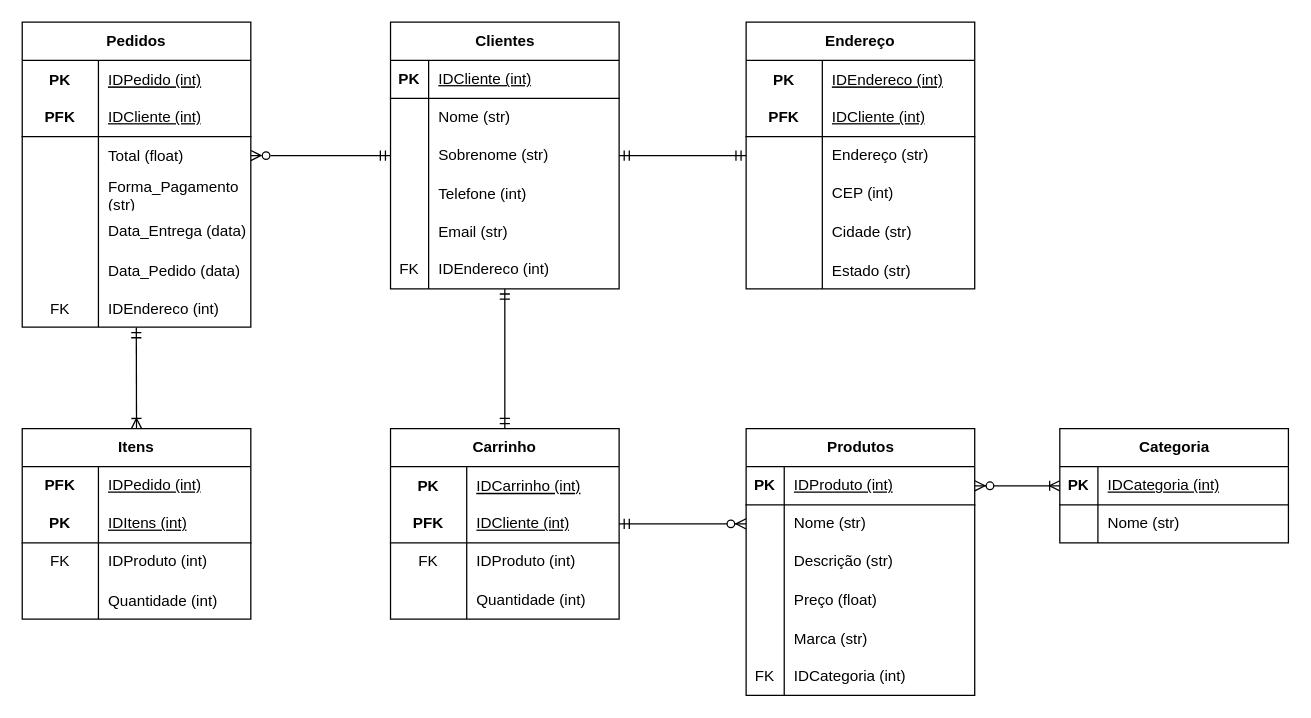
This is page "Lógico" (2 of 2) of Dannyel/DanFonR.drawio from DanFonR/cco_database_iesb, a draw.io file, before an edit. Source tidied: cells renumbered, new cells numbered last; positions are measured from the earlier drawing's top-left corner, leaving out a move shared by most shapes. Both pictures are drawn from the tidied source at 127%, with x=0, y=0 at pixel (22, 22).
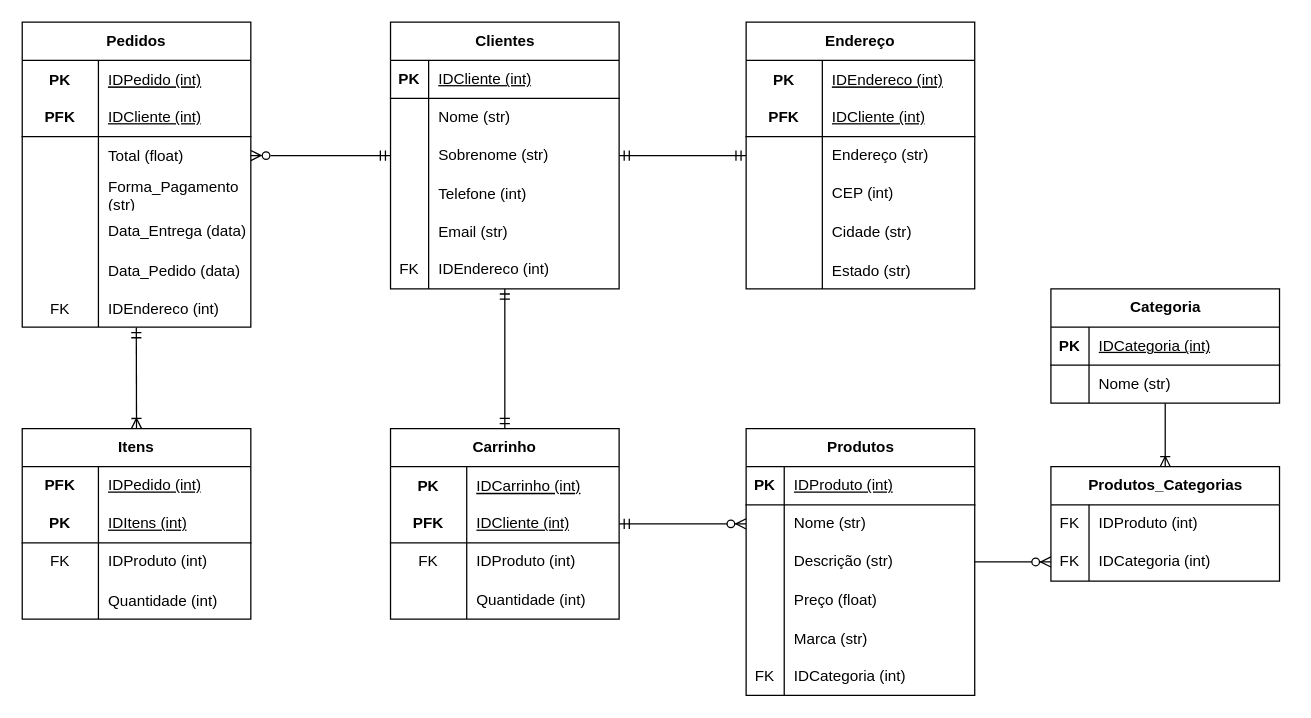
Above is the later version.

Commit message (it also covers changes not shown here):
Tabela Produtos_Categoria adicionada

Unchanged cells that the change refers to:
```xml
<mxCell id="42" style="shape=tableRow;horizontal=0;startSize=0;swimlaneHead=0;swimlaneBody=0;fillColor=none;points=[[0,0.5],[1,0.5]];portConstraint=eastwest;top=0;left=0;right=0;bottom=1;" parent="41" vertex="1">
  <mxGeometry y="30" width="180" height="30" as="geometry" />
</mxCell>
<mxCell id="48" style="shape=tableRow;horizontal=0;startSize=0;swimlaneHead=0;swimlaneBody=0;fillColor=none;points=[[0,0.5],[1,0.5]];portConstraint=eastwest;top=0;left=0;right=0;bottom=0;" parent="41" vertex="1">
  <mxGeometry y="90" width="180" height="30" as="geometry" />
</mxCell>
<mxCell id="110" style="shape=tableRow;horizontal=0;startSize=0;swimlaneHead=0;swimlaneBody=0;fillColor=none;points=[[0,0.5],[1,0.5]];portConstraint=eastwest;top=0;left=0;right=0;bottom=1;" parent="109" vertex="1">
  <mxGeometry y="30" width="180" height="30" as="geometry" />
</mxCell>
<mxCell id="113" style="shape=tableRow;horizontal=0;startSize=0;swimlaneHead=0;swimlaneBody=0;fillColor=none;points=[[0,0.5],[1,0.5]];portConstraint=eastwest;top=0;left=0;right=0;bottom=0;" parent="109" vertex="1">
  <mxGeometry y="60" width="180" height="30" as="geometry" />
</mxCell>
```

Diff of the diagram source:
```diff
@@
     <mxCell id="109" value="Categoria" style="shape=table;startSize=30;childLayout=tableLayout;rowLines=0;fontStyle=1;align=center;html=1;" parent="1" vertex="1">
-      <mxGeometry x="817" y="320" width="180" height="90" as="geometry" />
+      <mxGeometry x="810" y="210" width="180" height="90" as="geometry" />
     </mxCell>
@@
-    <mxCell id="118" style="edgeStyle=entityRelationEdgeStyle;fontSize=12;html=1;endArrow=ERoneToMany;startArrow=ERzeroToMany;rounded=0;exitX=1;exitY=0.5;exitDx=0;exitDy=0;entryX=0;entryY=0.5;entryDx=0;entryDy=0;" parent="1" edge="1" source="42" target="110">
-      <mxGeometry relative="1" as="geometry" />
-    </mxCell>
@@
+    <mxCell id="120" value="Produtos_Categorias" style="shape=table;startSize=30;childLayout=tableLayout;rowLines=0;fontStyle=1;align=center;html=1;" parent="1" vertex="1">
+      <mxGeometry x="810" y="350" width="180" height="90" as="geometry" />
+    </mxCell>
+    <mxCell id="121" style="shape=tableRow;horizontal=0;startSize=0;swimlaneHead=0;swimlaneBody=0;fillColor=none;top=0;left=0;right=0;bottom=0;" parent="120" vertex="1">
+      <mxGeometry y="30" width="180" height="30" as="geometry" />
+    </mxCell>
+    <mxCell id="122" value="FK" style="shape=partialRectangle;fillColor=none;top=0;left=0;bottom=0;right=0;overflow=hidden;whiteSpace=wrap;html=1;" parent="121" vertex="1">
+      <mxGeometry width="30" height="30" as="geometry" />
+    </mxCell>
+    <mxCell id="123" value="IDProduto (int)" style="shape=partialRectangle;fillColor=none;top=0;left=0;bottom=0;right=0;align=left;spacingLeft=6;overflow=hidden;whiteSpace=wrap;html=1;" parent="121" vertex="1">
+      <mxGeometry x="30" width="150" height="30" as="geometry" />
+    </mxCell>
+    <mxCell id="124" style="shape=tableRow;horizontal=0;startSize=0;swimlaneHead=0;swimlaneBody=0;fillColor=none;points=[[0,0.5],[1,0.5]];portConstraint=eastwest;top=0;left=0;right=0;bottom=0;" parent="120" vertex="1">
+      <mxGeometry y="60" width="180" height="30" as="geometry" />
+    </mxCell>
+    <mxCell id="125" value="FK" style="shape=partialRectangle;fillColor=none;top=0;left=0;bottom=0;right=0;overflow=hidden;whiteSpace=wrap;html=1;" parent="124" vertex="1">
+      <mxGeometry width="30" height="30" as="geometry" />
+    </mxCell>
+    <mxCell id="126" value="IDCategoria (int)" style="shape=partialRectangle;fillColor=none;top=0;left=0;bottom=0;right=0;align=left;spacingLeft=6;overflow=hidden;whiteSpace=wrap;html=1;" parent="124" vertex="1">
+      <mxGeometry x="30" width="150" height="30" as="geometry" />
+    </mxCell>
+    <mxCell id="127" style="fontSize=12;html=1;endArrow=ERoneToMany;rounded=0;entryX=0.5;entryY=0;entryDx=0;entryDy=0;" parent="1" edge="1" source="113" target="120">
+      <mxGeometry relative="1" as="geometry" />
+    </mxCell>
+    <mxCell id="128" style="edgeStyle=entityRelationEdgeStyle;fontSize=12;html=1;endArrow=ERzeroToMany;endFill=1;rounded=0;entryX=0;entryY=0.5;entryDx=0;entryDy=0;exitX=1;exitY=0.5;exitDx=0;exitDy=0;" parent="1" edge="1" source="48" target="124">
+      <mxGeometry relative="1" as="geometry" />
+    </mxCell>
```
